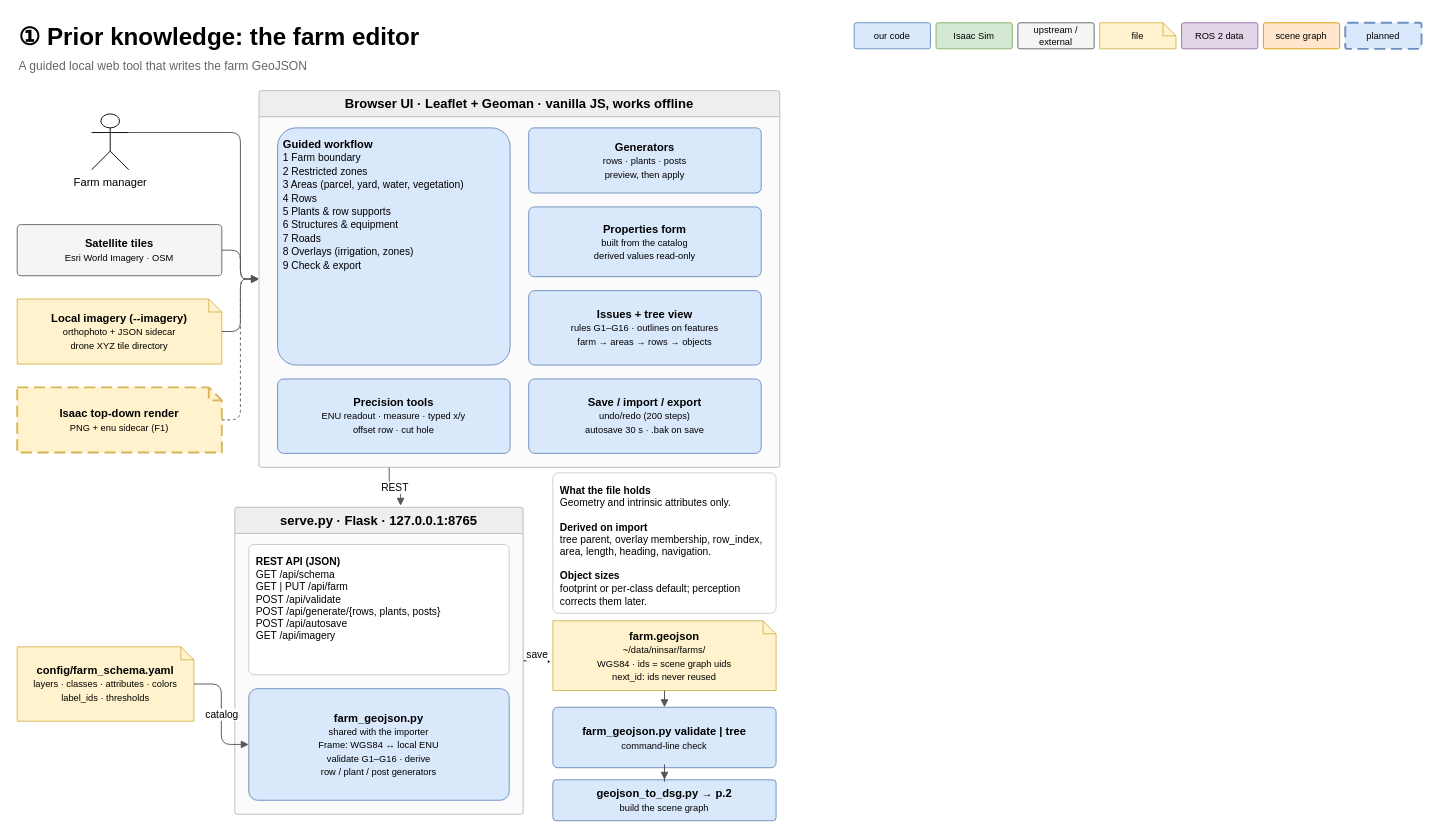
Before: page "1 Farm editor" (2 of 10) of docs/diagrams/ninsar_overview.drawio in luisfelipewb/ninsar_scene_understanding, a draw.io diagram. Source tidied: cells renumbered, new cells numbered last; positions are measured from the earlier drawing's top-left corner, leaving out a move shared by most shapes. Both pictures are drawn from the tidied source at 93%, with x=0, y=0 at pixel (17, 16).
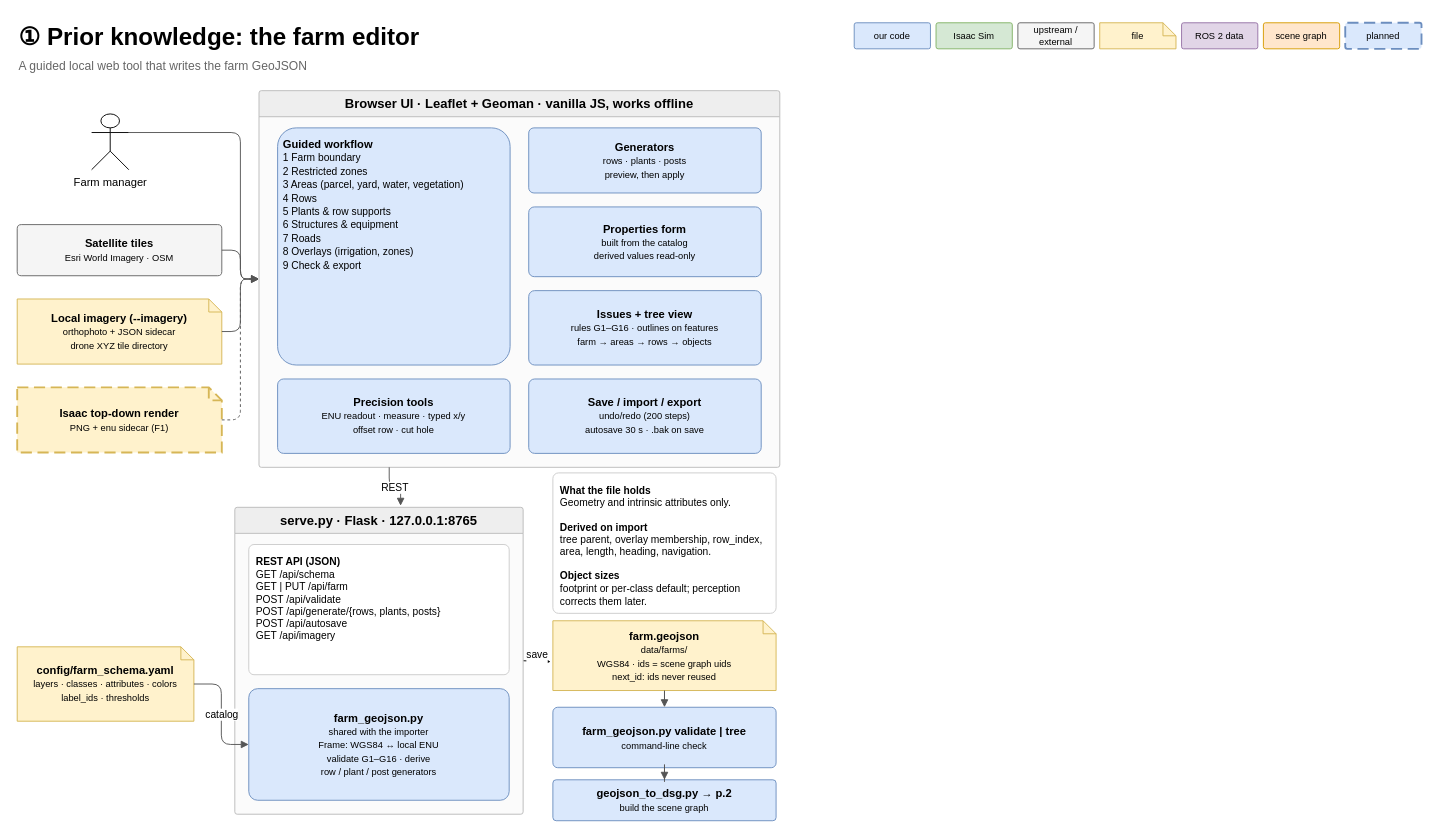
After the change.

The edit, as a diff of the source:
```diff
@@
-    <mxCell id="27" value="&lt;b&gt;farm.geojson&lt;/b&gt;&lt;br&gt;&lt;font style=&quot;font-size:10px&quot;&gt;~/data/ninsar/farms/&lt;/font&gt;&lt;br&gt;&lt;font style=&quot;font-size:10px&quot;&gt;WGS84 · ids = scene graph uids&lt;/font&gt;&lt;br&gt;&lt;font style=&quot;font-size:10px&quot;&gt;next_id: ids never reused&lt;/font&gt;" style="shape=note;size=14;whiteSpace=wrap;html=1;fontSize=12;spacing=6;fillColor=#fff2cc;strokeColor=#d6b656;" parent="1" vertex="1">
+    <mxCell id="27" value="&lt;b&gt;farm.geojson&lt;/b&gt;&lt;br&gt;&lt;font style=&quot;font-size:10px&quot;&gt;data/farms/&lt;/font&gt;&lt;br&gt;&lt;font style=&quot;font-size:10px&quot;&gt;WGS84 · ids = scene graph uids&lt;/font&gt;&lt;br&gt;&lt;font style=&quot;font-size:10px&quot;&gt;next_id: ids never reused&lt;/font&gt;" style="shape=note;size=14;whiteSpace=wrap;html=1;fontSize=12;spacing=6;fillColor=#fff2cc;strokeColor=#d6b656;" parent="1" vertex="1">
       <mxGeometry x="576" y="650" width="240" height="75" as="geometry" />
     </mxCell>
```
